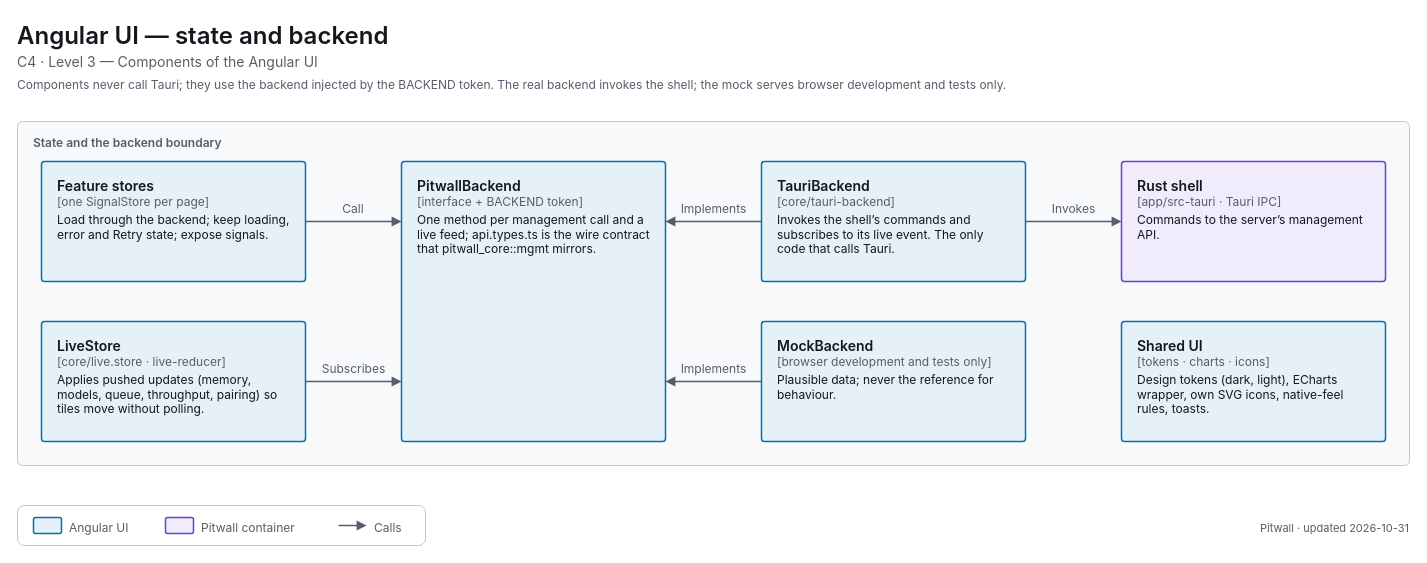
The draw.io diagram apps/pitwall/docs/diagrams/c4-3-ui-state.drawio in decryp7/paddock, before the edit. Source tidied: cells renumbered, new cells numbered last; positions are measured from the earlier drawing's top-left corner, leaving out a move shared by most shapes. Both pictures are drawn from the tidied source at 100%, with x=0, y=0 at pixel (17, 17).
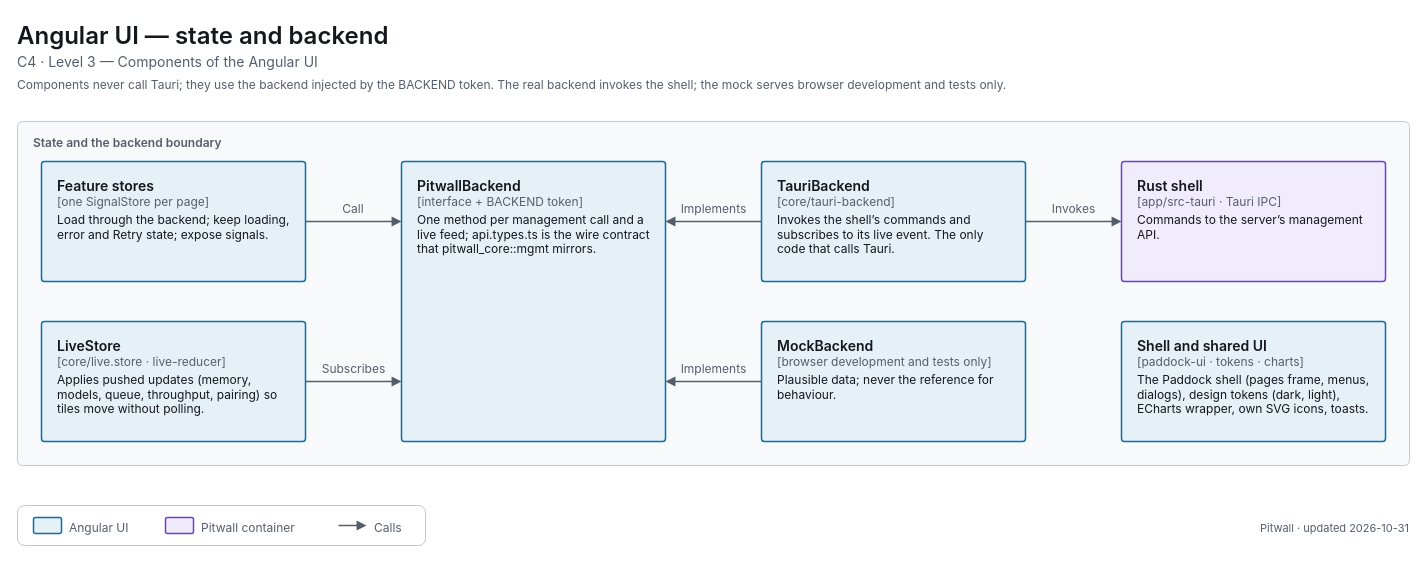
The same diagram, later.

Commit message (it also covers changes not shown here):
docs(pitwall): chat in the user guide and features, B3 status, C4 UI diagrams redrawn for 1.1

Diff of the diagram source:
```diff
@@
-    <mxCell id="8" value="&lt;span style=&quot;font-size:14px;font-weight:600&quot;&gt;Shared UI&lt;/span&gt;&lt;br&gt;&lt;span style=&quot;font-size:12px;color:light-dark(#565E6B,#A0A7B2)&quot;&gt;[tokens · charts · icons]&lt;/span&gt;&lt;br&gt;&lt;div style=&quot;margin-top:4px;font-size:12px&quot;&gt;Design tokens (dark, light), ECharts wrapper, own SVG icons, native-feel rules, toasts.&lt;/div&gt;" style="html=1;whiteSpace=wrap;fontFamily=-apple-system,BlinkMacSystemFont,Segoe UI,system-ui,sans-serif;fontSize=12;fontColor=light-dark(#14171C,#ECEEF1);rounded=1;absoluteArcSize=1;arcSize=6;strokeWidth=1.5;strokeColor=light-dark(#0072B2,#56B4E9);fillColor=light-dark(#E6F1F7,#1F303C);align=left;verticalAlign=top;spacingLeft=14;spacingRight=14;spacingTop=10;spacingBottom=8;" parent="1" vertex="1">
+    <mxCell id="8" value="&lt;span style=&quot;font-size:14px;font-weight:600&quot;&gt;Shell and shared UI&lt;/span&gt;&lt;br&gt;&lt;span style=&quot;font-size:12px;color:light-dark(#565E6B,#A0A7B2)&quot;&gt;[paddock-ui · tokens · charts]&lt;/span&gt;&lt;br&gt;&lt;div style=&quot;margin-top:4px;font-size:12px&quot;&gt;The Paddock shell (pages frame, menus, dialogs), design tokens (dark, light), ECharts wrapper, own SVG icons, toasts.&lt;/div&gt;" style="html=1;whiteSpace=wrap;fontFamily=-apple-system,BlinkMacSystemFont,Segoe UI,system-ui,sans-serif;fontSize=12;fontColor=light-dark(#14171C,#ECEEF1);rounded=1;absoluteArcSize=1;arcSize=6;strokeWidth=1.5;strokeColor=light-dark(#0072B2,#56B4E9);fillColor=light-dark(#E6F1F7,#1F303C);align=left;verticalAlign=top;spacingLeft=14;spacingRight=14;spacingTop=10;spacingBottom=8;" parent="1" vertex="1">
       <mxGeometry x="1104" y="304" width="264" height="120" as="geometry" />
     </mxCell>
```
